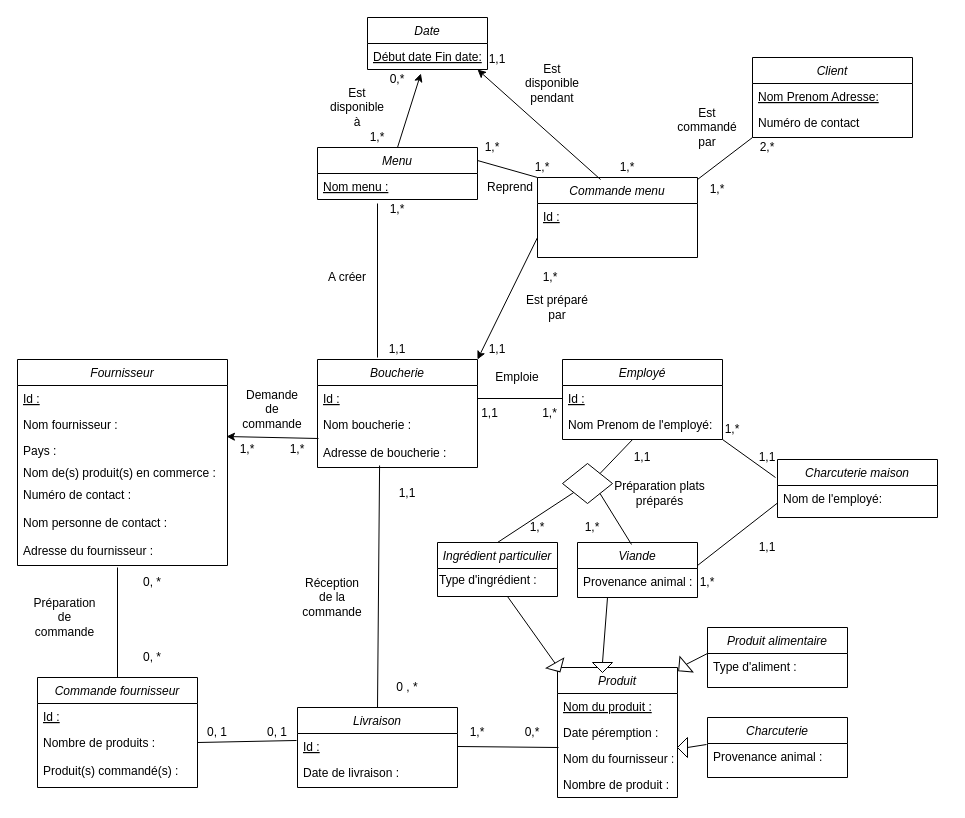
This is Untitled Diagram.drawio from NHatim/aca, a draw.io file, before an edit. Source tidied: cells renumbered, new cells numbered last; positions are measured from the earlier drawing's top-left corner, leaving out a move shared by most shapes. Both pictures are drawn from the tidied source at 100%, with x=0, y=0 at pixel (17, 17).
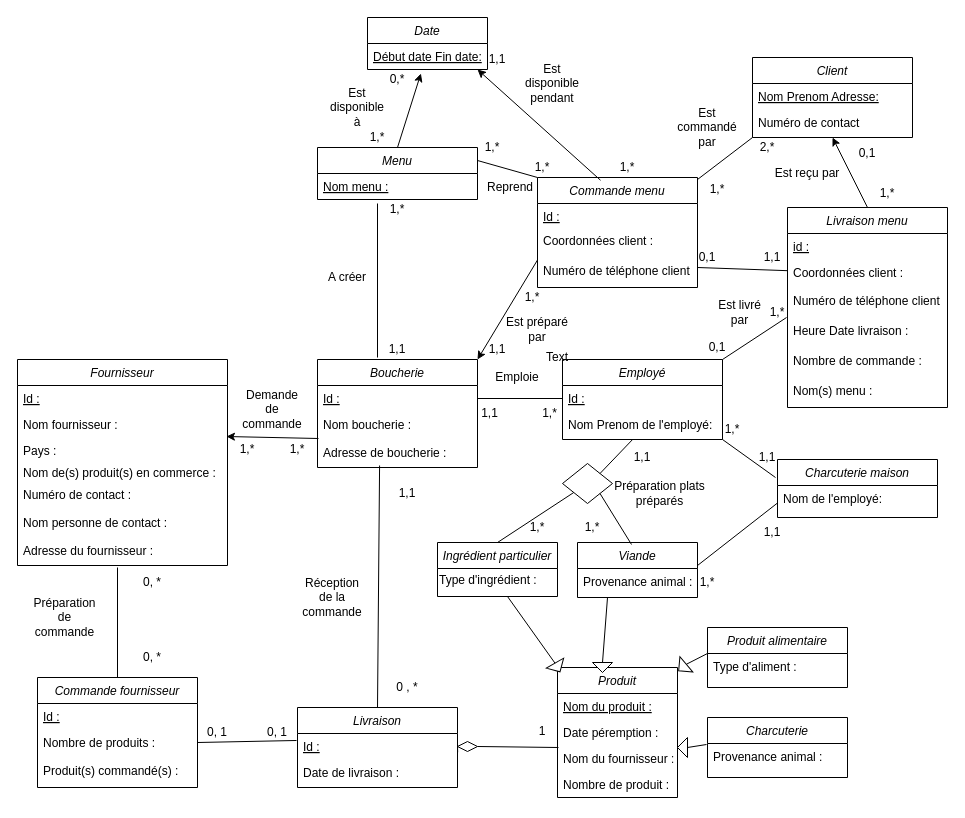
After the change.

The change refers to these unchanged cells:
```xml
<mxCell id="21" value="Id :" style="text;align=left;verticalAlign=top;spacingLeft=4;spacingRight=4;overflow=hidden;points=[[0,0.5],[1,0.5]];portConstraint=eastwest;fontStyle=4;" parent="20" vertex="1">
  <mxGeometry y="26" width="160" height="26" as="geometry" />
</mxCell>
<mxCell id="38" value="Employé" style="swimlane;fontStyle=2;align=center;verticalAlign=top;horizontal=1;startSize=26;rounded=0;shadow=0;strokeWidth=1;" parent="1" vertex="1">
  <mxGeometry x="545" y="342" width="160" height="80" as="geometry" />
</mxCell>
<mxCell id="51" value="Date péremption :" style="text;align=left;verticalAlign=top;spacingLeft=4;spacingRight=4;overflow=hidden;points=[[0,0.5],[1,0.5]];portConstraint=eastwest;" parent="49" vertex="1">
  <mxGeometry y="52" width="120" height="26" as="geometry" />
</mxCell>
<mxCell id="89" value="Client" style="swimlane;fontStyle=2;align=center;verticalAlign=top;horizontal=1;startSize=26;rounded=0;shadow=0;strokeWidth=1;" parent="1" vertex="1">
  <mxGeometry x="735" y="40" width="160" height="80" as="geometry" />
</mxCell>
```

Diff of the diagram source:
```diff
@@
-    <mxCell id="56" style="endArrow=none;html=1;entryX=0.008;entryY=1.077;entryDx=0;entryDy=0;entryPerimeter=0;exitX=1;exitY=0.5;exitDx=0;exitDy=0;" parent="1" edge="1" source="21" target="51">
+    <mxCell id="56" style="endArrow=none;html=1;entryX=0.008;entryY=1.077;entryDx=0;entryDy=0;entryPerimeter=0;exitX=1;exitY=0.5;exitDx=0;exitDy=0;" parent="1" edge="1" source="137" target="51">
       <mxGeometry relative="1" as="geometry" />
     </mxCell>
@@
-    <mxCell id="65" value="1,*" style="text;html=1;strokeColor=none;fillColor=none;align=center;verticalAlign=middle;whiteSpace=wrap;rounded=0;" parent="1" vertex="1">
-      <mxGeometry x="440" y="705" width="40" height="20" as="geometry" />
-    </mxCell>
-    <mxCell id="66" value="0,*" style="text;html=1;strokeColor=none;fillColor=none;align=center;verticalAlign=middle;whiteSpace=wrap;rounded=0;" parent="1" vertex="1">
-      <mxGeometry x="495" y="705" width="40" height="20" as="geometry" />
+    <mxCell id="66" value="1" style="text;html=1;strokeColor=none;fillColor=none;align=center;verticalAlign=middle;whiteSpace=wrap;rounded=0;" parent="1" vertex="1">
+      <mxGeometry x="505" y="704" width="40" height="20" as="geometry" />
     </mxCell>
@@
     <mxCell id="74" value="1,1" style="text;html=1;strokeColor=none;fillColor=none;align=center;verticalAlign=middle;whiteSpace=wrap;rounded=0;" parent="1" vertex="1">
-      <mxGeometry x="730" y="520" width="40" height="20" as="geometry" />
+      <mxGeometry x="735" y="505" width="40" height="20" as="geometry" />
     </mxCell>
@@
     <mxCell id="85" value="Commande menu" style="swimlane;fontStyle=2;align=center;verticalAlign=top;horizontal=1;startSize=26;rounded=0;shadow=0;strokeWidth=1;" parent="1" vertex="1">
-      <mxGeometry x="520" y="160" width="160" height="80" as="geometry" />
+      <mxGeometry x="520" y="160" width="160" height="110" as="geometry" />
     </mxCell>
@@
+    <mxCell id="116" value="Coordonnées client :" style="text;align=left;verticalAlign=top;spacingLeft=4;spacingRight=4;overflow=hidden;fontStyle=0;" parent="85" vertex="1">
+      <mxGeometry y="50" width="160" height="30" as="geometry" />
+    </mxCell>
+    <mxCell id="117" value="Numéro de téléphone client :" style="text;align=left;verticalAlign=top;spacingLeft=4;spacingRight=4;overflow=hidden;fontStyle=0;" parent="85" vertex="1">
+      <mxGeometry y="80" width="160" height="30" as="geometry" />
+    </mxCell>
@@
     <mxCell id="98" value="Est préparé par" style="text;html=1;strokeColor=none;fillColor=none;align=center;verticalAlign=middle;whiteSpace=wrap;rounded=0;" parent="1" vertex="1">
-      <mxGeometry x="505" y="280" width="70" height="20" as="geometry" />
+      <mxGeometry x="485" y="302" width="70" height="20" as="geometry" />
     </mxCell>
@@
     <mxCell id="105" value="1,*" style="text;html=1;strokeColor=none;fillColor=none;align=center;verticalAlign=middle;whiteSpace=wrap;rounded=0;" parent="1" vertex="1">
-      <mxGeometry x="512.5" y="250" width="40" height="20" as="geometry" />
+      <mxGeometry x="495" y="270" width="40" height="20" as="geometry" />
     </mxCell>
@@
+    <mxCell id="118" value="Livraison menu" style="swimlane;fontStyle=2;align=center;verticalAlign=top;horizontal=1;startSize=26;rounded=0;shadow=0;strokeWidth=1;" parent="1" vertex="1">
+      <mxGeometry x="770" y="190" width="160" height="200" as="geometry" />
+    </mxCell>
+    <mxCell id="119" value="id :" style="text;align=left;verticalAlign=top;spacingLeft=4;spacingRight=4;overflow=hidden;fontStyle=4;" parent="118" vertex="1">
+      <mxGeometry y="26" width="160" height="26" as="geometry" />
+    </mxCell>
+    <mxCell id="120" value="Coordonnées client :" style="text;align=left;verticalAlign=top;spacingLeft=4;spacingRight=4;overflow=hidden;points=[[0,0.5],[1,0.5]];portConstraint=eastwest;" parent="118" vertex="1">
+      <mxGeometry y="52" width="160" height="28" as="geometry" />
+    </mxCell>
+    <mxCell id="121" value="Numéro de téléphone client :" style="text;align=left;verticalAlign=top;spacingLeft=4;spacingRight=4;overflow=hidden;points=[[0,0.5],[1,0.5]];portConstraint=eastwest;fontStyle=0;" parent="118" vertex="1">
+      <mxGeometry y="80" width="160" height="30" as="geometry" />
+    </mxCell>
+    <mxCell id="122" value="Heure Date livraison :" style="text;align=left;verticalAlign=top;spacingLeft=4;spacingRight=4;overflow=hidden;fontStyle=0;" parent="118" vertex="1">
+      <mxGeometry y="110" width="160" height="30" as="geometry" />
+    </mxCell>
+    <mxCell id="123" value="Nombre de commande :" style="text;align=left;verticalAlign=top;spacingLeft=4;spacingRight=4;overflow=hidden;fontStyle=0;" parent="118" vertex="1">
+      <mxGeometry y="140" width="160" height="30" as="geometry" />
+    </mxCell>
+    <mxCell id="124" value="Nom(s) menu :" style="text;align=left;verticalAlign=top;spacingLeft=4;spacingRight=4;overflow=hidden;fontStyle=0;" parent="118" vertex="1">
+      <mxGeometry y="170" width="160" height="30" as="geometry" />
+    </mxCell>
+    <mxCell id="125" style="endArrow=none;html=1;entryX=-0.006;entryY=1;entryDx=0;entryDy=0;entryPerimeter=0;exitX=1;exitY=0;exitDx=0;exitDy=0;" parent="1" edge="1" source="38" target="121">
+      <mxGeometry relative="1" as="geometry" />
+    </mxCell>
+    <mxCell id="126" style="endArrow=classic;html=1;entryX=0.5;entryY=1;entryDx=0;entryDy=0;exitX=0.5;exitY=0;exitDx=0;exitDy=0;" parent="1" edge="1" source="118" target="89">
+      <mxGeometry relative="1" as="geometry" />
+    </mxCell>
+    <mxCell id="127" style="endArrow=none;html=1;" parent="1" edge="1" target="120">
+      <mxGeometry relative="1" as="geometry">
+        <mxPoint x="680" y="250" as="sourcePoint" />
+      </mxGeometry>
+    </mxCell>
+    <mxCell id="128" value="0,1" style="text;html=1;strokeColor=none;fillColor=none;align=center;verticalAlign=middle;whiteSpace=wrap;rounded=0;" parent="1" vertex="1">
+      <mxGeometry x="830" y="126" width="40" height="20" as="geometry" />
+    </mxCell>
+    <mxCell id="129" value="Est reçu par" style="text;html=1;strokeColor=none;fillColor=none;align=center;verticalAlign=middle;whiteSpace=wrap;rounded=0;" parent="1" vertex="1">
+      <mxGeometry x="750" y="146" width="80" height="20" as="geometry" />
+    </mxCell>
+    <mxCell id="130" value="1,*" style="text;html=1;strokeColor=none;fillColor=none;align=center;verticalAlign=middle;whiteSpace=wrap;rounded=0;" parent="1" vertex="1">
+      <mxGeometry x="850" y="166" width="40" height="20" as="geometry" />
+    </mxCell>
+    <mxCell id="131" value="0,1" style="text;html=1;strokeColor=none;fillColor=none;align=center;verticalAlign=middle;whiteSpace=wrap;rounded=0;" parent="1" vertex="1">
+      <mxGeometry x="670" y="230" width="40" height="20" as="geometry" />
+    </mxCell>
+    <mxCell id="132" value="1,1" style="text;html=1;strokeColor=none;fillColor=none;align=center;verticalAlign=middle;whiteSpace=wrap;rounded=0;" parent="1" vertex="1">
+      <mxGeometry x="735" y="230" width="40" height="20" as="geometry" />
+    </mxCell>
+    <mxCell id="133" value="Est livré par" style="text;html=1;strokeColor=none;fillColor=none;align=center;verticalAlign=middle;whiteSpace=wrap;rounded=0;" parent="1" vertex="1">
+      <mxGeometry x="695" y="280" width="55" height="30" as="geometry" />
+    </mxCell>
+    <mxCell id="134" value="Text" style="text;html=1;strokeColor=none;fillColor=none;align=center;verticalAlign=middle;whiteSpace=wrap;rounded=0;" parent="1" vertex="1">
+      <mxGeometry x="520" y="330" width="40" height="20" as="geometry" />
+    </mxCell>
+    <mxCell id="135" value="0,1" style="text;html=1;strokeColor=none;fillColor=none;align=center;verticalAlign=middle;whiteSpace=wrap;rounded=0;" parent="1" vertex="1">
+      <mxGeometry x="680" y="320" width="40" height="20" as="geometry" />
+    </mxCell>
+    <mxCell id="136" value="1,*" style="text;html=1;strokeColor=none;fillColor=none;align=center;verticalAlign=middle;whiteSpace=wrap;rounded=0;" parent="1" vertex="1">
+      <mxGeometry x="740" y="285" width="40" height="20" as="geometry" />
+    </mxCell>
+    <mxCell id="137" style="rhombus;whiteSpace=wrap;html=1;" parent="1" vertex="1">
+      <mxGeometry x="440" y="724" width="20" height="10" as="geometry" />
+    </mxCell>
+    <mxCell id="138" style="endArrow=none;html=1;entryX=0.008;entryY=1.077;entryDx=0;entryDy=0;entryPerimeter=0;exitX=1;exitY=0.5;exitDx=0;exitDy=0;" parent="1" edge="1" source="21" target="137">
+      <mxGeometry relative="1" as="geometry" />
+    </mxCell>
```
